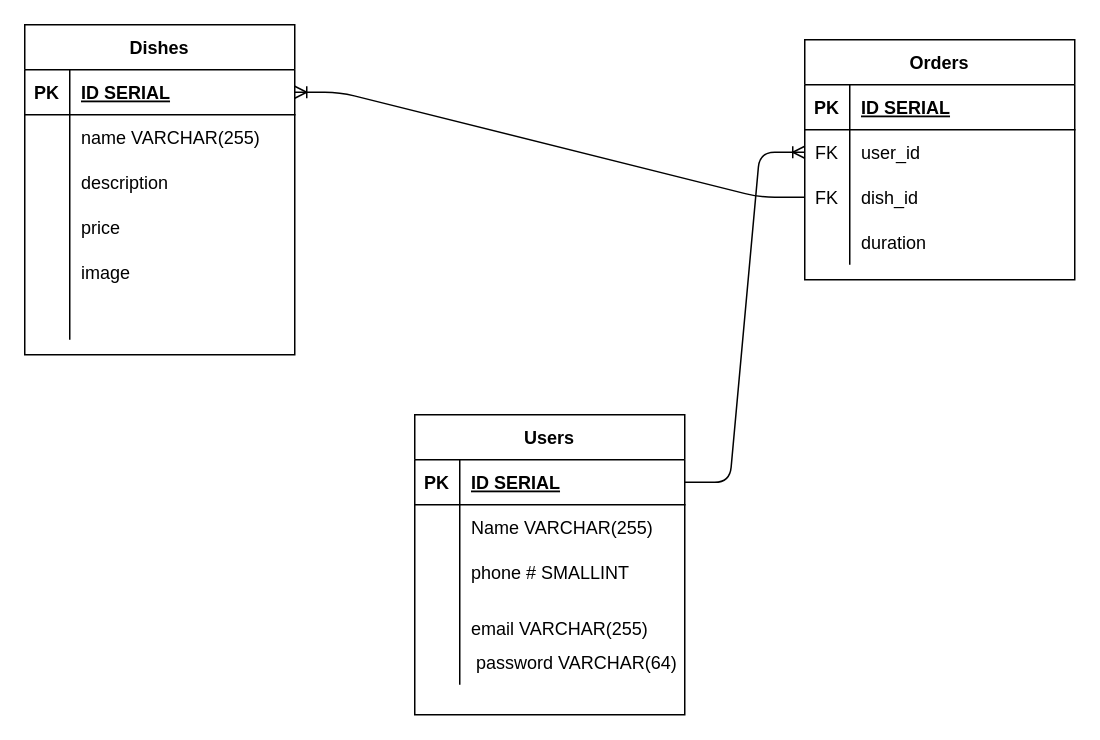
Earlier version of the draw.io diagram planning/ERD.drawio (Abaid77/taco_empire). Source tidied: cells renumbered, new cells numbered last; positions are measured from the earlier drawing's top-left corner, leaving out a move shared by most shapes. Both pictures are drawn from the tidied source at 150%, with x=0, y=0 at pixel (24, 24).
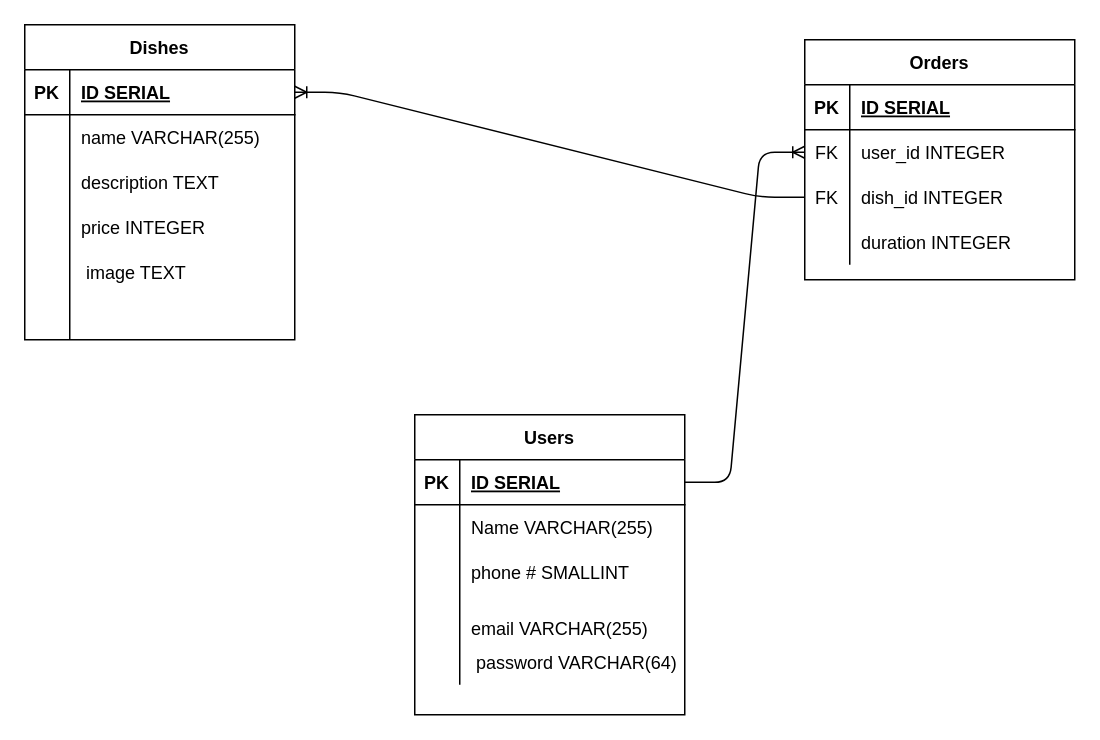
After the change.

The change refers to these unchanged cells:
```xml
<mxCell id="25" style="shape=partialRectangle;fillColor=none;top=0;left=0;bottom=0;right=0;" parent="18" vertex="1">
  <mxGeometry y="90" width="180" height="30" as="geometry" />
</mxCell>
<mxCell id="28" style="shape=partialRectangle;fillColor=none;top=0;left=0;bottom=0;right=0;" parent="18" vertex="1">
  <mxGeometry y="120" width="180" height="30" as="geometry" />
</mxCell>
<mxCell id="31" style="shape=partialRectangle;fillColor=none;top=0;left=0;bottom=0;right=0;" parent="18" vertex="1">
  <mxGeometry y="150" width="180" height="30" as="geometry" />
</mxCell>
<mxCell id="41" style="shape=partialRectangle;fillColor=none;top=0;left=0;bottom=0;right=0;points=[[0,0.5],[1,0.5]];portConstraint=eastwest;" parent="37" vertex="1">
  <mxGeometry y="60" width="180" height="30" as="geometry" />
</mxCell>
<mxCell id="44" style="shape=partialRectangle;fillColor=none;top=0;left=0;bottom=0;right=0;points=[[0,0.5],[1,0.5]];portConstraint=eastwest;" parent="37" vertex="1">
  <mxGeometry y="90" width="180" height="30" as="geometry" />
</mxCell>
<mxCell id="47" style="shape=partialRectangle;fillColor=none;top=0;left=0;bottom=0;right=0;" parent="37" vertex="1">
  <mxGeometry y="120" width="180" height="30" as="geometry" />
</mxCell>
```

Change to the diagram source:
```diff
@@
     <mxCell id="18" value="Dishes" style="shape=table;startSize=30;childLayout=tableLayout;rowLines=0;fontStyle=1;align=center;" parent="1" vertex="1">
-      <mxGeometry width="180" height="220" as="geometry" />
+      <mxGeometry width="180" height="210" as="geometry" />
     </mxCell>
@@
-    <mxCell id="27" value="description" style="shape=partialRectangle;fillColor=none;top=0;left=0;bottom=0;right=0;align=left;spacingLeft=6;overflow=hidden;" parent="25" vertex="1">
+    <mxCell id="27" value="description TEXT" style="shape=partialRectangle;fillColor=none;top=0;left=0;bottom=0;right=0;align=left;spacingLeft=6;overflow=hidden;" parent="25" vertex="1">
       <mxGeometry x="30" width="150" height="30" as="geometry" />
     </mxCell>
@@
-    <mxCell id="30" value="price" style="shape=partialRectangle;fillColor=none;top=0;left=0;bottom=0;right=0;align=left;spacingLeft=6;overflow=hidden;" parent="28" vertex="1">
+    <mxCell id="30" value="price INTEGER" style="shape=partialRectangle;fillColor=none;top=0;left=0;bottom=0;right=0;align=left;spacingLeft=6;overflow=hidden;" parent="28" vertex="1">
       <mxGeometry x="30" width="150" height="30" as="geometry" />
     </mxCell>
@@
-    <mxCell id="33" value="image" style="shape=partialRectangle;fillColor=none;top=0;left=0;bottom=0;right=0;align=left;spacingLeft=6;overflow=hidden;" parent="31" vertex="1">
+    <mxCell id="33" value=" image TEXT" style="shape=partialRectangle;fillColor=none;top=0;left=0;bottom=0;right=0;align=left;spacingLeft=6;overflow=hidden;" parent="31" vertex="1">
       <mxGeometry x="30" width="150" height="30" as="geometry" />
     </mxCell>
@@
-    <mxCell id="43" value="user_id" style="shape=partialRectangle;fillColor=none;top=0;left=0;bottom=0;right=0;align=left;spacingLeft=6;overflow=hidden;" parent="41" vertex="1">
+    <mxCell id="43" value="user_id INTEGER" style="shape=partialRectangle;fillColor=none;top=0;left=0;bottom=0;right=0;align=left;spacingLeft=6;overflow=hidden;" parent="41" vertex="1">
       <mxGeometry x="30" width="150" height="30" as="geometry" />
     </mxCell>
@@
-    <mxCell id="46" value="dish_id" style="shape=partialRectangle;fillColor=none;top=0;left=0;bottom=0;right=0;align=left;spacingLeft=6;overflow=hidden;" parent="44" vertex="1">
+    <mxCell id="46" value="dish_id INTEGER" style="shape=partialRectangle;fillColor=none;top=0;left=0;bottom=0;right=0;align=left;spacingLeft=6;overflow=hidden;" parent="44" vertex="1">
       <mxGeometry x="30" width="150" height="30" as="geometry" />
     </mxCell>
@@
-    <mxCell id="49" value="duration" style="shape=partialRectangle;fillColor=none;top=0;left=0;bottom=0;right=0;align=left;spacingLeft=6;overflow=hidden;" parent="47" vertex="1">
+    <mxCell id="49" value="duration INTEGER" style="shape=partialRectangle;fillColor=none;top=0;left=0;bottom=0;right=0;align=left;spacingLeft=6;overflow=hidden;" parent="47" vertex="1">
       <mxGeometry x="30" width="150" height="30" as="geometry" />
     </mxCell>
```
